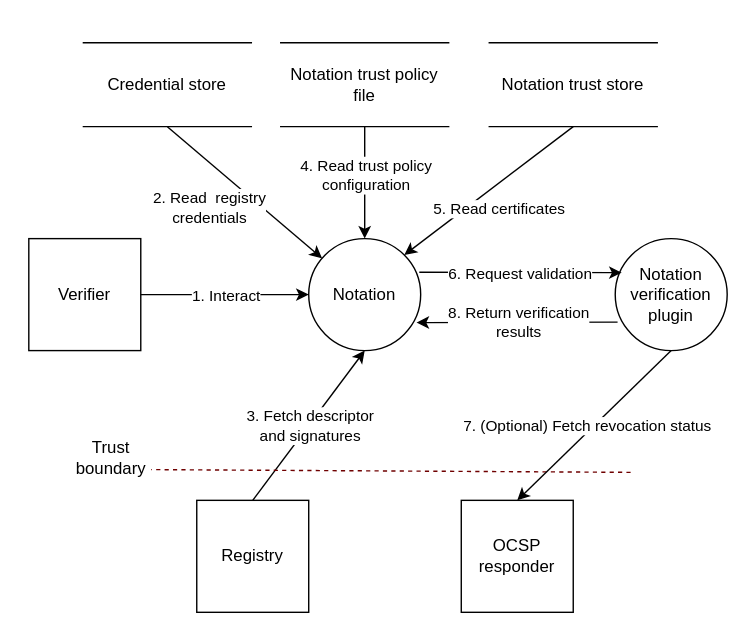
The draw.io diagram media/notation-verify-plugin.svg in notaryproject/specifications, before a commit. Source tidied: cells renumbered, new cells last; positions are measured from the earlier drawing's top-left corner, leaving out a move shared by most shapes.
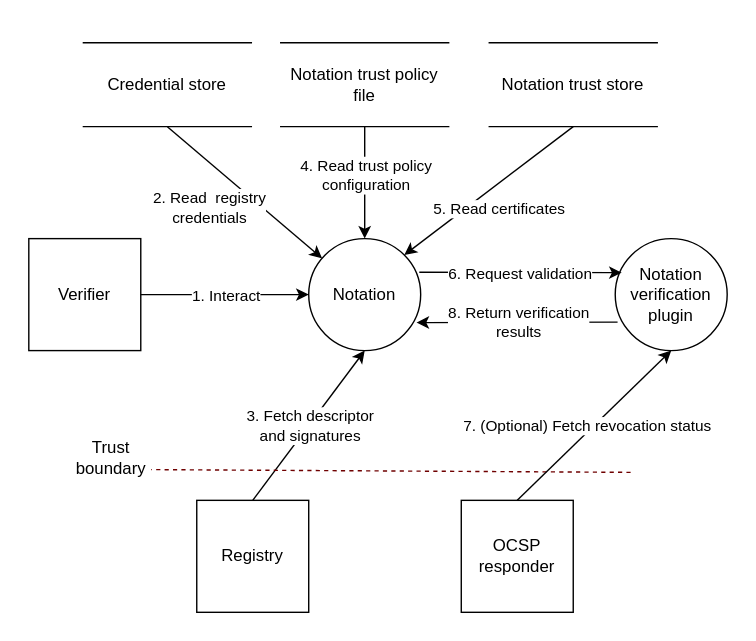
After the commit.

What changed in the source:
```diff
@@ -93,7 +93,7 @@
     <mxCell id="26" value="OCSP responder" style="whiteSpace=wrap;html=1;" parent="1" vertex="1">
       <mxGeometry x="329" y="357" width="80" height="80" as="geometry" />
     </mxCell>
-    <mxCell id="27" style="endArrow=classic;html=1;rounded=0;exitX=0.5;exitY=1;exitDx=0;exitDy=0;entryX=0.5;entryY=0;entryDx=0;entryDy=0;" parent="1" edge="1" source="21" target="26">
+    <mxCell id="27" style="endArrow=none;html=1;rounded=0;exitX=0.5;exitY=1;exitDx=0;exitDy=0;entryX=0.5;entryY=0;entryDx=0;entryDy=0;endFill=0;startArrow=classic;startFill=1;" parent="1" edge="1" source="21" target="26">
       <mxGeometry relative="1" as="geometry" />
     </mxCell>
     <mxCell id="28" value="7. (Optional) Fetch revocation status" style="edgeLabel;html=1;align=center;verticalAlign=middle;" parent="27" vertex="1">
```
